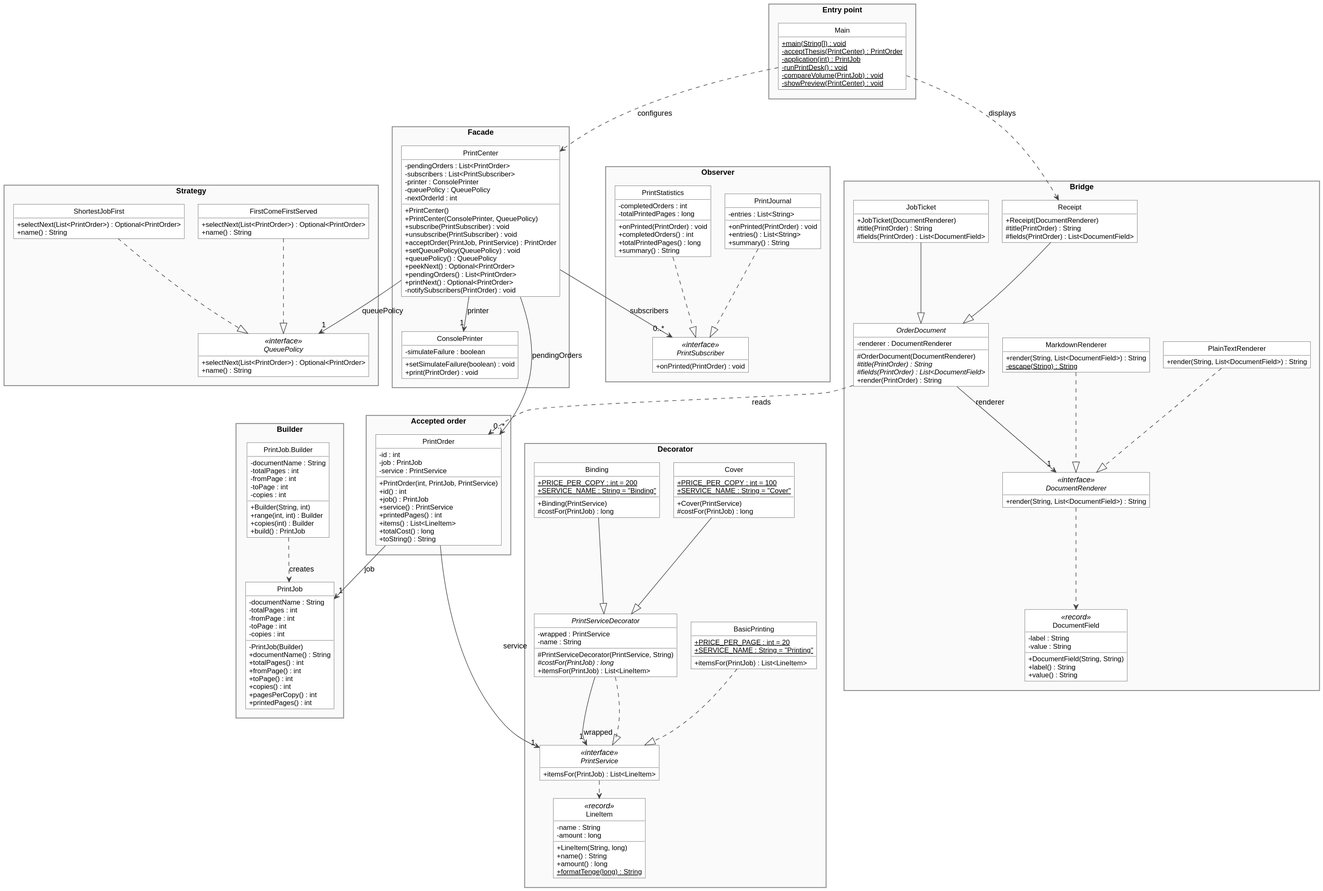
Before: docs/uml/class-model.svg, a diagram exported from PlantUML (ChillyEz/SDP-FinalProject). Its source is kept beside it as docs/uml/class-model.puml.
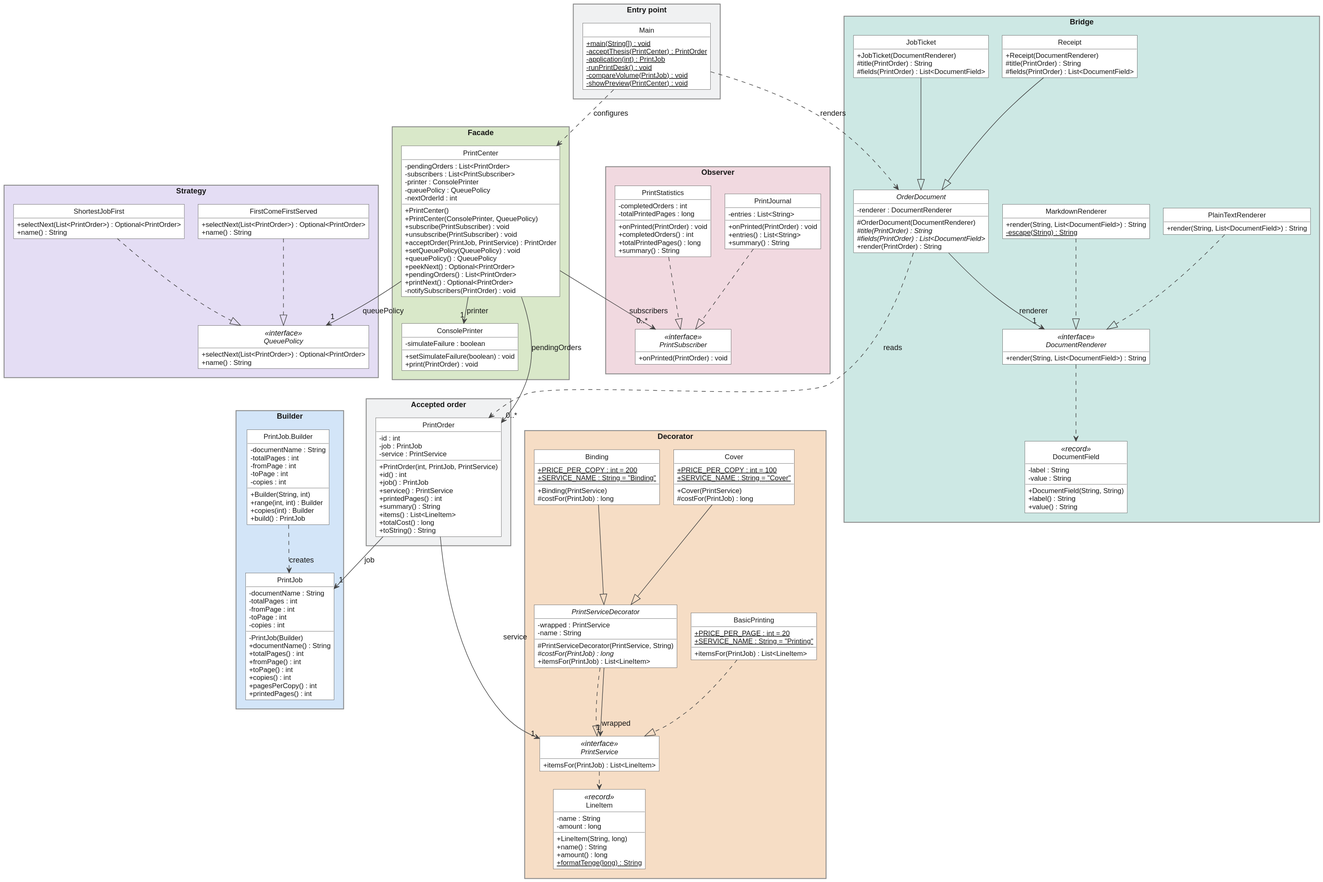
Later version of the same file.

Diff of the diagram source:
```diff
@@ -1,11 +1,12 @@
 @startuml
+!include pattern-colors.iuml
 !include model-style.iuml
 !include model-orders.iuml
 !include model-desk.iuml
 !include model-documents.iuml
 
 Main ..> PrintCenter : configures
-Main ..> Receipt : displays
+Main ..> OrderDocument : renders
 PrintCenter --> "0..*" PrintOrder : pendingOrders
 OrderDocument ..> PrintOrder : reads
 PrintOrder -[hidden]down-> PrintServiceDecorator
```
